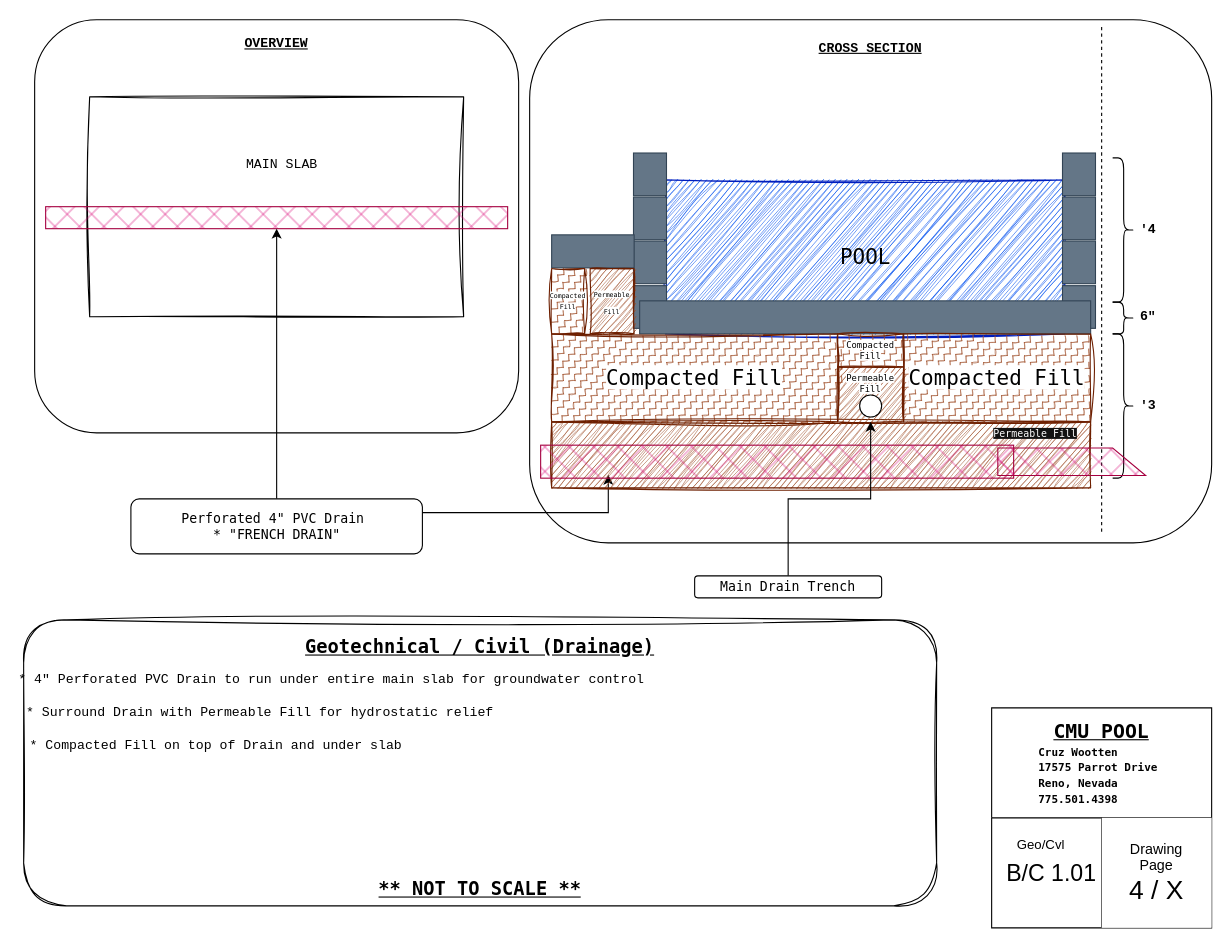
Above: BC101.drawio in LilWikipedia/parrotpool (draw.io), before the change. Source tidied: cells renumbered, new cells numbered last; positions are measured from the earlier drawing's top-left corner, leaving out a move shared by most shapes. Both pictures are drawn from the tidied source at 110%, with x=0, y=0 at pixel (23, 19).
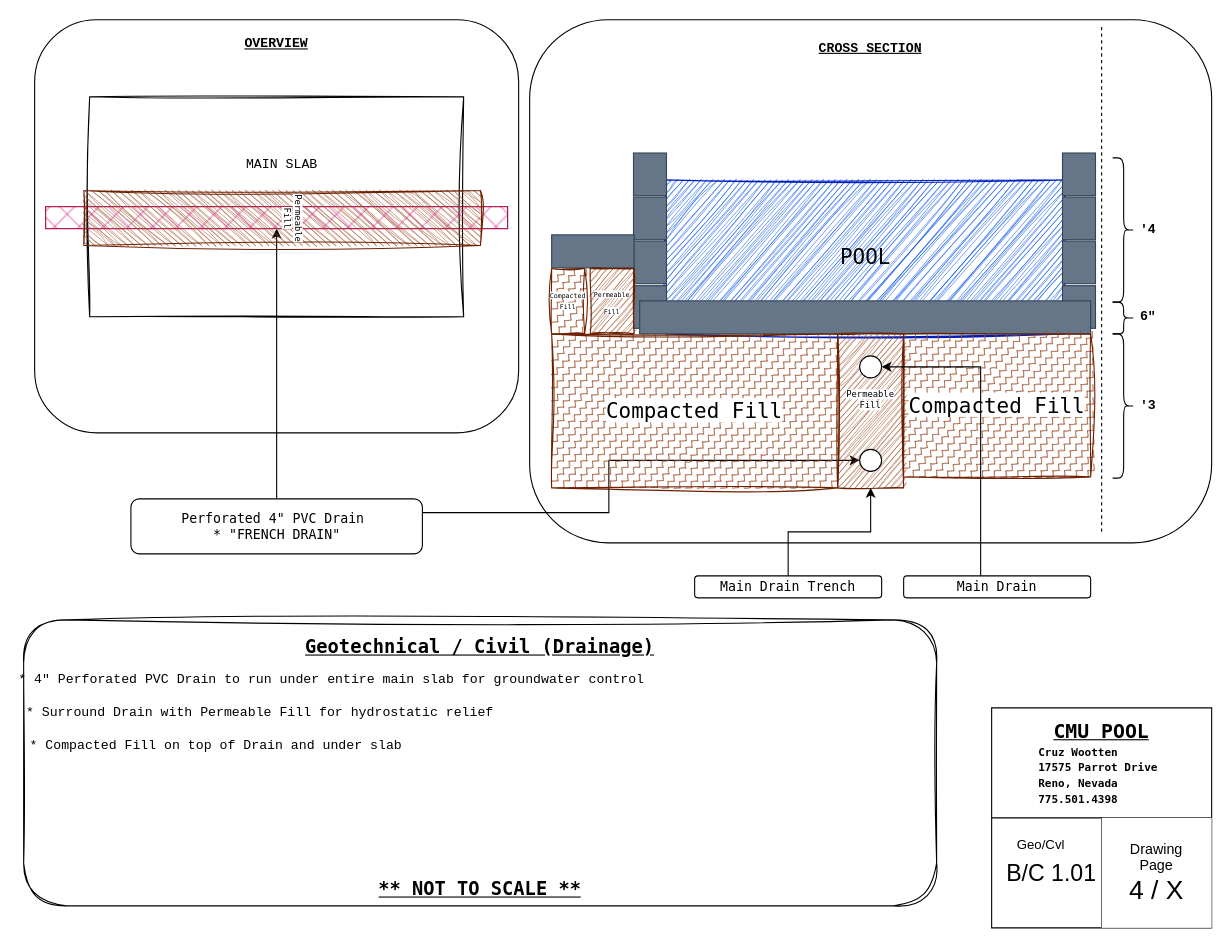
The same diagram, later.

Unchanged cells that the change refers to:
```xml
<mxCell id="16" value="&lt;font face=&quot;Lucida Console&quot;&gt;Perforated 4&quot; PVC Drain&amp;nbsp;&lt;/font&gt;&lt;div&gt;&lt;font face=&quot;Lucida Console&quot;&gt;* &quot;FRENCH DRAIN&quot;&lt;/font&gt;&lt;/div&gt;" style="rounded=1;whiteSpace=wrap;html=1;" parent="1" vertex="1">
  <mxGeometry x="97.5" y="436" width="265" height="50" as="geometry" />
</mxCell>
```

Diff of the diagram source:
```diff
@@
-    <mxCell id="20" style="edgeStyle=orthogonalEdgeStyle;rounded=0;jettySize=auto;html=1;exitX=1;exitY=0.25;exitDx=0;exitDy=0;entryX=0.143;entryY=0.9;entryDx=0;entryDy=0;entryPerimeter=0;" parent="1" edge="1" source="16" target="37">
-      <mxGeometry relative="1" as="geometry" />
+    <mxCell id="20" style="edgeStyle=orthogonalEdgeStyle;rounded=0;jettySize=auto;html=1;exitX=1;exitY=0.25;exitDx=0;exitDy=0;entryX=0;entryY=0.5;entryDx=0;entryDy=0;" parent="1" edge="1" source="16" target="53">
+      <mxGeometry relative="1" as="geometry">
+        <Array as="points">
+          <mxPoint x="532" y="449" />
+          <mxPoint x="532" y="401" />
+        </Array>
+      </mxGeometry>
     </mxCell>
@@
     <mxCell id="33" value="&lt;font face=&quot;Lucida Console&quot; style=&quot;font-size: 19px; color: light-dark(rgb(0, 0, 0), rgb(11, 255, 128)); background-color: light-dark(#ffffff, var(--ge-dark-color, #121212));&quot;&gt;Compacted Fill&lt;/font&gt;" style="rounded=0;whiteSpace=wrap;html=1;fillColor=light-dark(#A0522D,#7F00FF);fontColor=#ffffff;strokeColor=#6D1F00;sketch=1;curveFitting=1;jiggle=2;fillStyle=zigzag-line;align=center;verticalAlign=middle;fontFamily=Helvetica;fontSize=12;" parent="1" vertex="1">
-      <mxGeometry x="480" y="286" width="260" height="80" as="geometry" />
+      <mxGeometry x="480" y="286" width="260" height="140" as="geometry" />
     </mxCell>
-    <mxCell id="34" value="&lt;div style=&quot;line-height: 70%;&quot;&gt;&lt;br&gt;&lt;/div&gt;" style="rounded=0;whiteSpace=wrap;html=1;fillColor=#a0522d;fontColor=#ffffff;strokeColor=#6D1F00;sketch=1;curveFitting=1;jiggle=2;" parent="1" vertex="1">
-      <mxGeometry x="480" y="366" width="490" height="60" as="geometry" />
-    </mxCell>
     <mxCell id="35" value="&lt;div style=&quot;line-height: 80%;&quot;&gt;&lt;font face=&quot;Lucida Console&quot; style=&quot;background-color: light-dark(#ffffff, var(--ge-dark-color, #121212)); color: light-dark(rgb(0, 0, 0), rgb(255, 255, 255)); font-size: 8px; line-height: 80%;&quot;&gt;Permeable&lt;/font&gt;&lt;div&gt;&lt;font face=&quot;Lucida Console&quot; style=&quot;background-color: light-dark(#ffffff, var(--ge-dark-color, #121212)); color: light-dark(rgb(0, 0, 0), rgb(255, 255, 255)); font-size: 8px; line-height: 80%;&quot;&gt;Fill&lt;/font&gt;&lt;/div&gt;&lt;/div&gt;" style="rounded=0;whiteSpace=wrap;html=1;fillColor=#a0522d;fontColor=#ffffff;strokeColor=#6D1F00;sketch=1;curveFitting=1;jiggle=2;spacingTop=-23;" parent="1" vertex="1">
-      <mxGeometry x="740" y="316" width="60" height="50" as="geometry" />
+      <mxGeometry x="740" y="286" width="60" height="140" as="geometry" />
     </mxCell>
-    <mxCell id="36" value="&lt;font face=&quot;Lucida Console&quot; style=&quot;color: light-dark(rgb(0, 0, 0), rgb(11, 255, 128)); background-color: light-dark(#ffffff, var(--ge-dark-color, #121212));&quot;&gt;Compacted Fill&lt;/font&gt;" style="rounded=0;whiteSpace=wrap;html=1;fillColor=light-dark(#A0522D,#7F00FF);fontColor=#ffffff;strokeColor=#6D1F00;sketch=1;curveFitting=1;jiggle=2;fillStyle=zigzag-line;align=center;verticalAlign=middle;fontFamily=Helvetica;fontSize=8;" parent="1" vertex="1">
-      <mxGeometry x="740" y="286" width="60" height="30" as="geometry" />
-    </mxCell>
-    <mxCell id="37" style="rounded=0;whiteSpace=wrap;html=1;fillStyle=cross-hatch;fillColor=#d80073;strokeColor=#A50040;align=center;verticalAlign=middle;fontFamily=Helvetica;fontSize=12;fontColor=#ffffff;" parent="1" vertex="1">
-      <mxGeometry x="470" y="387.2" width="430" height="30" as="geometry" />
-    </mxCell>
     <mxCell id="38" value="&lt;font face=&quot;Lucida Console&quot; style=&quot;font-size: 19px; color: light-dark(rgb(0, 0, 0), rgb(11, 255, 128)); background-color: light-dark(#ffffff, var(--ge-dark-color, #121212));&quot;&gt;Compacted Fill&lt;/font&gt;" style="rounded=0;whiteSpace=wrap;html=1;fillColor=light-dark(#A0522D,#7F00FF);fontColor=#ffffff;strokeColor=#6D1F00;sketch=1;curveFitting=1;jiggle=2;fillStyle=zigzag-line;align=center;verticalAlign=middle;fontFamily=Helvetica;fontSize=12;" parent="1" vertex="1">
-      <mxGeometry x="800" y="286" width="170" height="80" as="geometry" />
+      <mxGeometry x="800" y="286" width="170" height="130" as="geometry" />
     </mxCell>
@@
-    <mxCell id="49" style="shape=manualInput;whiteSpace=wrap;html=1;rotation=90;rounded=0;fillStyle=cross-hatch;strokeColor=#A50040;align=center;verticalAlign=middle;fontFamily=Helvetica;fontSize=12;fontColor=#ffffff;fillColor=#d80073;" parent="1" vertex="1">
-      <mxGeometry x="940.3" y="335.1" width="25" height="134.4" as="geometry" />
-    </mxCell>
-    <mxCell id="50" value="&lt;pre&gt;&lt;font face=&quot;Lucida Console&quot; style=&quot;white-space: normal; background-color: rgb(18, 18, 18); font-size: 9px; line-height: 6.3px;&quot;&gt;Permeable Fill&lt;/font&gt;&lt;/pre&gt;" style="text;html=1;align=center;verticalAlign=middle;whiteSpace=wrap;rounded=0;fontColor=#ffffff;fontFamily=Helvetica;fontSize=12;" parent="1" vertex="1">
-      <mxGeometry x="820" y="354.1" width="200" height="45" as="geometry" />
-    </mxCell>
@@
     <mxCell id="53" style="ellipse;whiteSpace=wrap;html=1;" parent="1" vertex="1">
-      <mxGeometry x="760" y="341.6" width="20" height="20" as="geometry" />
+      <mxGeometry x="760" y="391" width="20" height="20" as="geometry" />
     </mxCell>
+    <mxCell id="54" style="ellipse;whiteSpace=wrap;html=1;" parent="1" vertex="1">
+      <mxGeometry x="760" y="306" width="20" height="20" as="geometry" />
+    </mxCell>
+    <mxCell id="50" value="&lt;div style=&quot;line-height: 80%;&quot;&gt;&lt;font face=&quot;Lucida Console&quot; style=&quot;background-color: light-dark(#ffffff, var(--ge-dark-color, #121212)); color: light-dark(rgb(0, 0, 0), rgb(255, 255, 255)); font-size: 8px; line-height: 80%;&quot;&gt;Permeable&lt;/font&gt;&lt;div&gt;&lt;font face=&quot;Lucida Console&quot; style=&quot;background-color: light-dark(#ffffff, var(--ge-dark-color, #121212)); color: light-dark(rgb(0, 0, 0), rgb(255, 255, 255)); font-size: 8px; line-height: 80%;&quot;&gt;Fill&lt;/font&gt;&lt;/div&gt;&lt;/div&gt;" style="rounded=0;whiteSpace=wrap;html=1;fillColor=#a0522d;fontColor=#ffffff;strokeColor=#6D1F00;sketch=1;curveFitting=1;jiggle=2;spacingTop=-23;rotation=90;" parent="1" vertex="1">
+      <mxGeometry x="210" y="0.4" width="50" height="360.6" as="geometry" />
+    </mxCell>
+    <mxCell id="55" style="edgeStyle=orthogonalEdgeStyle;rounded=0;jettySize=auto;html=1;entryX=1;entryY=0.5;entryDx=0;entryDy=0;" parent="1" edge="1" source="56" target="54">
+      <mxGeometry relative="1" as="geometry">
+        <Array as="points">
+          <mxPoint x="870" y="316" />
+        </Array>
+      </mxGeometry>
+    </mxCell>
+    <mxCell id="56" value="&lt;font face=&quot;Lucida Console&quot;&gt;Main Drain&lt;/font&gt;" style="rounded=1;whiteSpace=wrap;html=1;" parent="1" vertex="1">
+      <mxGeometry x="800" y="506" width="170" height="20" as="geometry" />
+    </mxCell>
```
